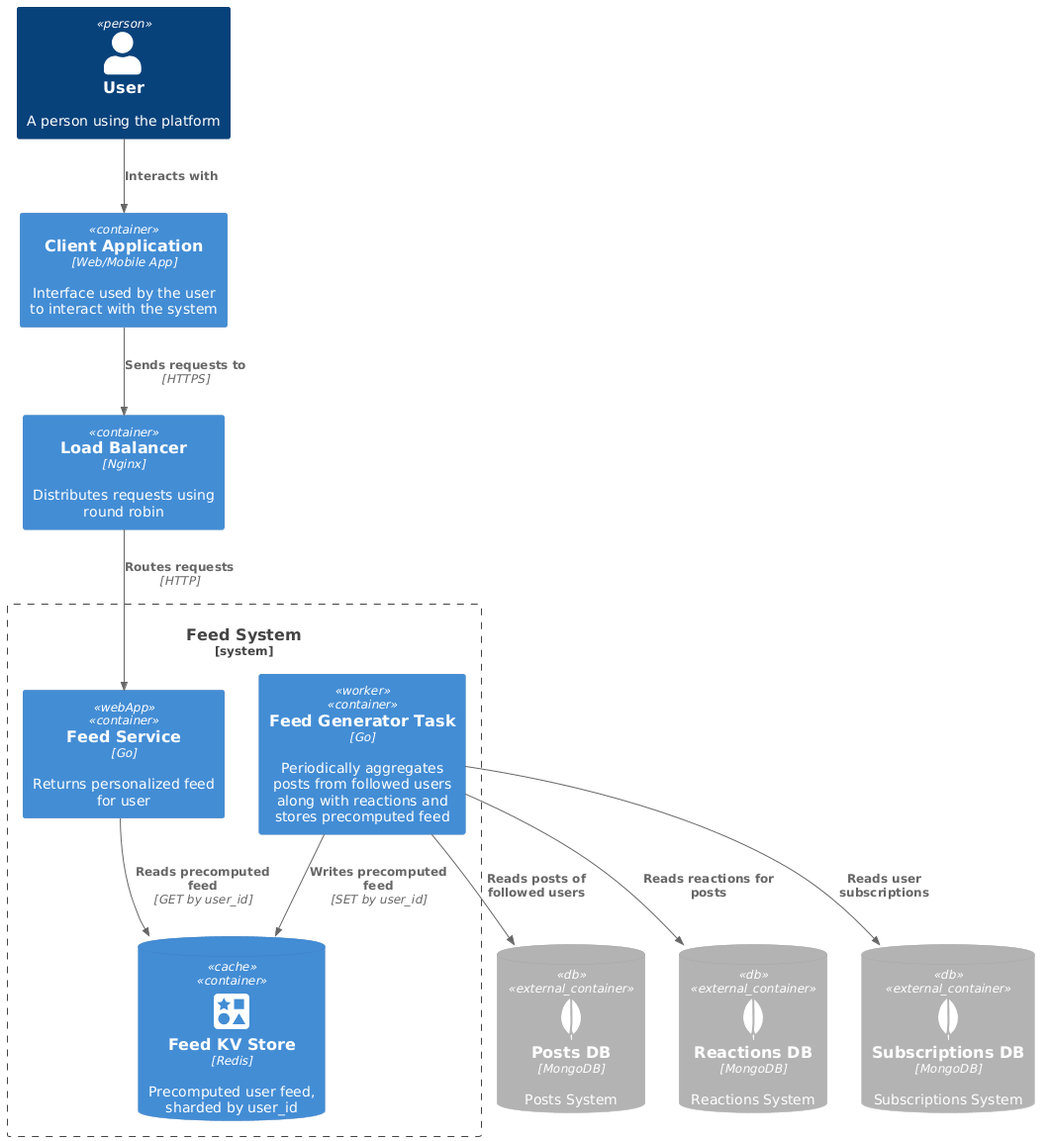
Anya97/social_network_system_design keeps this PlantUML diagram as images/feed_container.png. Above is the earlier version.
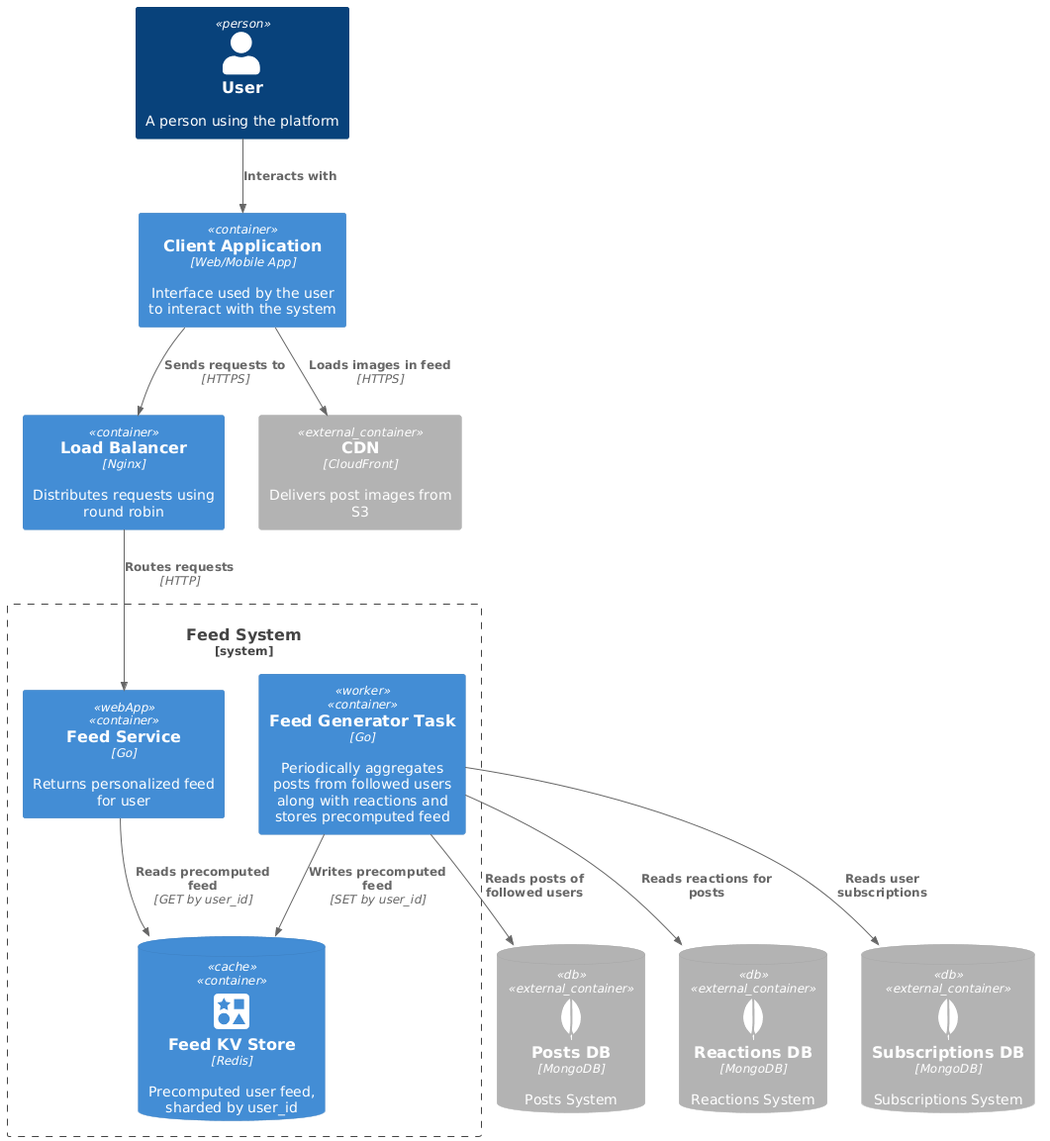
The same diagram one commit later.

What changed in the source:
```diff
@@ -6,6 +6,7 @@
 Person(user, "User", "A person using the platform")
 Container(clientApp, "Client Application", "Web/Mobile App", "Interface used by the user to interact with the system")
 Container(loadBalancer, "Load Balancer", "Nginx", "Distributes requests using round robin")
+Container_Ext(cdn, "CDN", "CloudFront", "Delivers post images from S3")
 
 ContainerDb_Ext(postsDb, "Posts DB", "MongoDB", "Posts System", $sprite="mongodb", $tags="db")
 ContainerDb_Ext(reactionsDb, "Reactions DB", "MongoDB", "Reactions System", $sprite="mongodb", $tags="db")
@@ -19,8 +20,9 @@
 
 Rel(user, clientApp, "Interacts with")
 Rel(clientApp, loadBalancer, "Sends requests to", "HTTPS")
+Rel(clientApp, cdn, "Loads images in feed", "HTTPS")
+
 Rel(loadBalancer, feedService, "Routes requests", "HTTP")
-
 Rel(feedService, feedStore, "Reads precomputed feed", "GET by user_id")
 Rel(feedGeneratorTask, feedStore, "Writes precomputed feed", "SET by user_id")
 
```
